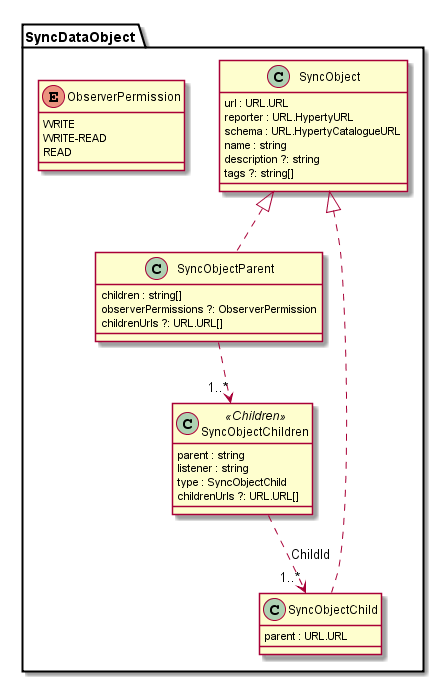
reTHINK-project/dev-service-framework keeps this PlantUML diagram as docs/datamodel/data-objects/data-synch/SyncDataObject.png. Above is the earlier version.
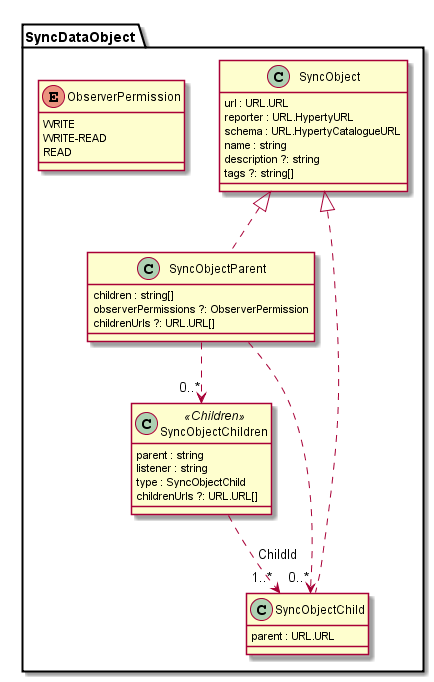
The same diagram one commit later.

Commit message:
data sync model: fixed cardinality of parent - children association, added parent - child asociation

The edit, as a diff of the source:
```diff
@@ -37,7 +37,8 @@
 	SyncObjectParent .up.|> SyncObject
 	SyncObjectChild .up.|> SyncObject
 
-	SyncObjectParent .down.> "1..*" SyncObjectChildren
+	SyncObjectParent .down.> "0..*" SyncObjectChildren
+	SyncObjectParent .down.> "0..*" SyncObjectChild
 	SyncObjectChildren .down.> "1..*" SyncObjectChild : ChildId
 }
 
```
